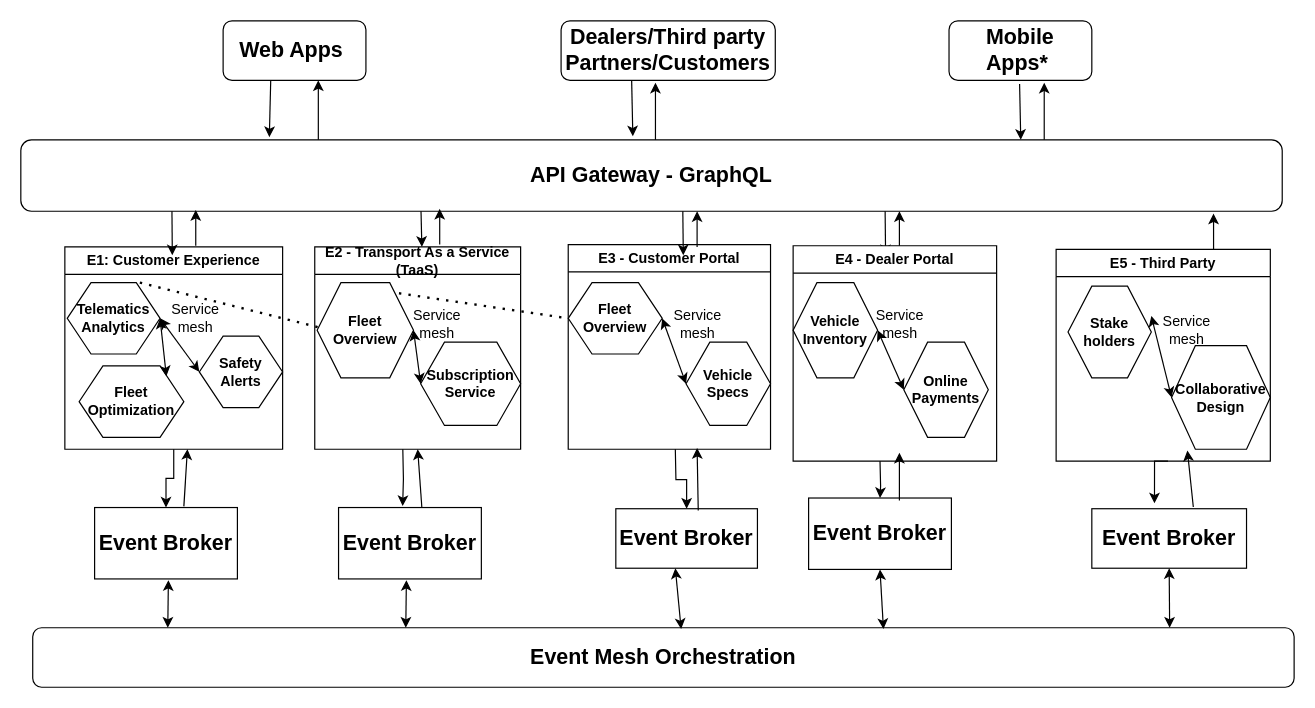
atheeswaran/Dissertation_VehicleAPIPlatform keeps this draw.io diagram as Untitled Diagram.drawio. Above is the earlier version. Source tidied: cells renumbered, new cells numbered last; positions are measured from the earlier drawing's top-left corner, leaving out a move shared by most shapes. Both pictures are drawn from the tidied source at 119%, with x=0, y=0 at pixel (20, 20).
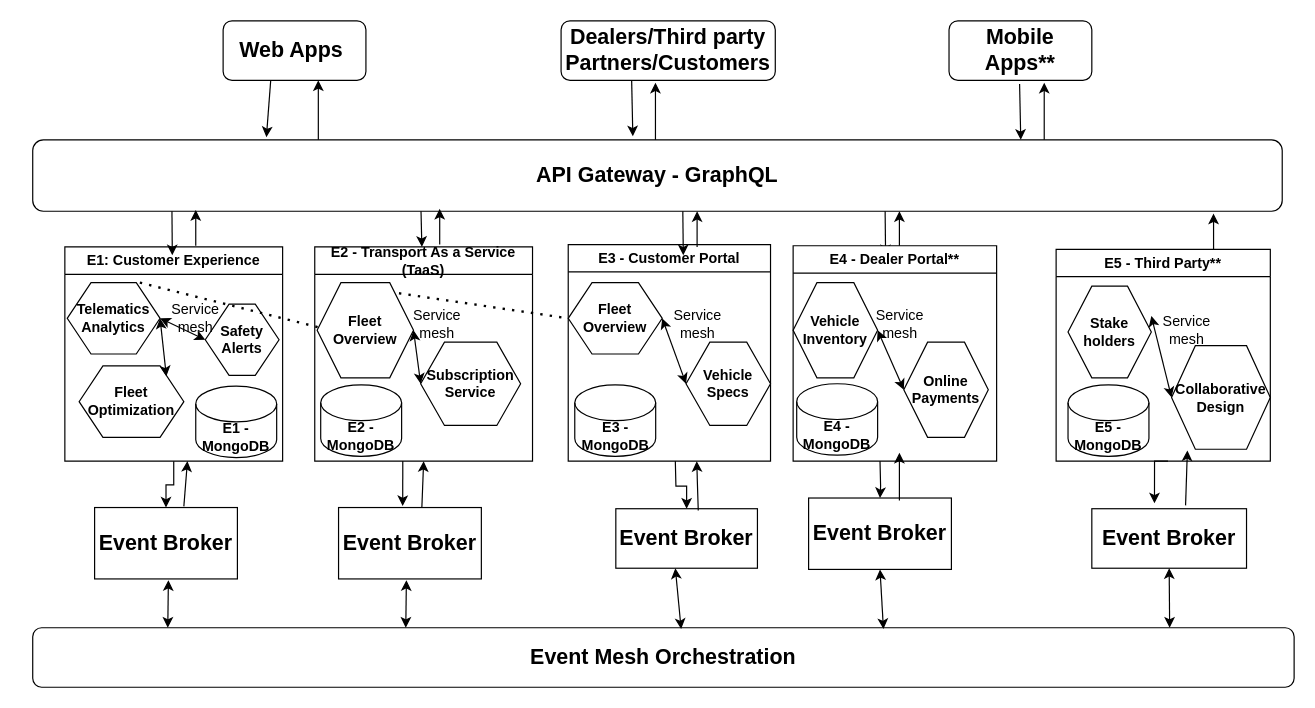
Above is the later version.

The change refers to these unchanged cells:
```xml
<mxCell id="23" value="&lt;b&gt;&lt;font style=&quot;font-size: 18px;&quot;&gt;Event Broker&lt;/font&gt;&lt;/b&gt;" style="rounded=0;whiteSpace=wrap;html=1;" parent="1" vertex="1">
  <mxGeometry x="267" y="409" width="120" height="60" as="geometry" />
</mxCell>
<mxCell id="24" value="&lt;b&gt;&lt;font style=&quot;font-size: 18px;&quot;&gt;Event Broker&lt;/font&gt;&lt;/b&gt;" style="rounded=0;whiteSpace=wrap;html=1;" parent="1" vertex="1">
  <mxGeometry x="500" y="410" width="119" height="50" as="geometry" />
</mxCell>
<mxCell id="61" value="&lt;b&gt;&lt;font style=&quot;font-size: 18px;&quot;&gt;Event Broker&lt;/font&gt;&lt;/b&gt;" style="rounded=0;whiteSpace=wrap;html=1;" parent="1" vertex="1">
  <mxGeometry x="900" y="410" width="130" height="50" as="geometry" />
</mxCell>
```

The edit, as a diff of the source:
```diff
@@
     <mxCell id="2" value="&lt;b&gt;&lt;font style=&quot;font-size: 18px;&quot;&gt;API Gateway - GraphQL&lt;/font&gt;&lt;/b&gt;" style="rounded=1;whiteSpace=wrap;html=1;" parent="1" vertex="1">
-      <mxGeometry y="100" width="1060" height="60" as="geometry" />
+      <mxGeometry x="10" y="100" width="1050" height="60" as="geometry" />
     </mxCell>
@@
-    <mxCell id="5" value="&lt;b&gt;&lt;font style=&quot;font-size: 18px;&quot;&gt;Mobile Apps*&amp;nbsp;&lt;/font&gt;&lt;/b&gt;" style="rounded=1;whiteSpace=wrap;html=1;" parent="1" vertex="1">
+    <mxCell id="5" value="&lt;b&gt;&lt;font style=&quot;font-size: 18px;&quot;&gt;Mobile Apps**&lt;/font&gt;&lt;/b&gt;" style="rounded=1;whiteSpace=wrap;html=1;" parent="1" vertex="1">
       <mxGeometry x="780" width="120" height="50" as="geometry" />
     </mxCell>
@@
     <mxCell id="7" value="E1: Customer Experience" style="swimlane;whiteSpace=wrap;html=1;" parent="1" vertex="1">
-      <mxGeometry x="37" y="190" width="183" height="170" as="geometry" />
+      <mxGeometry x="37" y="190" width="183" height="180" as="geometry" />
     </mxCell>
@@
     <mxCell id="9" value="&lt;b&gt;Safety Alerts&lt;/b&gt;" style="shape=hexagon;perimeter=hexagonPerimeter2;whiteSpace=wrap;html=1;fixedSize=1;" parent="7" vertex="1">
-      <mxGeometry x="113" y="75" width="70" height="60" as="geometry" />
+      <mxGeometry x="118" y="48" width="62" height="60" as="geometry" />
     </mxCell>
@@
+    <mxCell id="71" value="&lt;b&gt;E1 - MongoDB&lt;/b&gt;" style="shape=cylinder3;whiteSpace=wrap;html=1;boundedLbl=1;backgroundOutline=1;size=15;" parent="7" vertex="1">
+      <mxGeometry x="110" y="117" width="68" height="60" as="geometry" />
+    </mxCell>
     <mxCell id="15" style="edgeStyle=orthogonalEdgeStyle;rounded=0;jettySize=auto;html=1;entryX=0.449;entryY=-0.02;entryDx=0;entryDy=0;entryPerimeter=0;" parent="1" edge="1" target="23">
       <mxGeometry relative="1" as="geometry">
-        <mxPoint x="321" y="360" as="sourcePoint" />
+        <mxPoint x="321" y="370" as="sourcePoint" />
       </mxGeometry>
     </mxCell>
     <mxCell id="16" value="E2 - Transport As a Service (TaaS)" style="swimlane;whiteSpace=wrap;html=1;" parent="1" vertex="1">
-      <mxGeometry x="247" y="190" width="173" height="170" as="geometry" />
+      <mxGeometry x="247" y="190" width="183" height="180" as="geometry" />
     </mxCell>
@@
+    <mxCell id="72" value="&lt;b&gt;E2 - MongoDB&lt;/b&gt;" style="shape=cylinder3;whiteSpace=wrap;html=1;boundedLbl=1;backgroundOutline=1;size=15;" parent="16" vertex="1">
+      <mxGeometry x="5" y="116" width="68" height="60" as="geometry" />
+    </mxCell>
     <mxCell id="19" style="edgeStyle=orthogonalEdgeStyle;rounded=0;jettySize=auto;html=1;" parent="1" edge="1" target="24">
       <mxGeometry relative="1" as="geometry">
-        <mxPoint x="550" y="360" as="sourcePoint" />
+        <mxPoint x="550" y="370" as="sourcePoint" />
       </mxGeometry>
     </mxCell>
     <mxCell id="20" value="E3 - Customer Portal" style="swimlane;whiteSpace=wrap;html=1;" parent="1" vertex="1">
-      <mxGeometry x="460" y="188" width="170" height="172" as="geometry" />
+      <mxGeometry x="460" y="188" width="170" height="182" as="geometry" />
     </mxCell>
+    <mxCell id="73" value="&lt;b&gt;E3 - MongoDB&lt;/b&gt;" style="shape=cylinder3;whiteSpace=wrap;html=1;boundedLbl=1;backgroundOutline=1;size=15;" parent="20" vertex="1">
+      <mxGeometry x="5.5" y="118" width="68" height="60" as="geometry" />
+    </mxCell>
@@
-    <mxCell id="25" style="endArrow=classic;html=1;rounded=0;entryX=0.197;entryY=-0.037;entryDx=0;entryDy=0;entryPerimeter=0;" parent="1" edge="1" target="2">
+    <mxCell id="25" style="endArrow=classic;html=1;rounded=0;entryX=0.187;entryY=-0.037;entryDx=0;entryDy=0;entryPerimeter=0;" parent="1" edge="1" target="2">
       <mxGeometry relative="1" as="geometry">
         <mxPoint x="210" y="50" as="sourcePoint" />
       </mxGeometry>
     </mxCell>
@@
     <mxCell id="46" style="endArrow=classic;html=1;rounded=0;" parent="1" edge="1">
       <mxGeometry relative="1" as="geometry">
         <mxPoint x="137" y="408" as="sourcePoint" />
-        <mxPoint x="140" y="360" as="targetPoint" />
+        <mxPoint x="140" y="370" as="targetPoint" />
       </mxGeometry>
     </mxCell>
@@
     <mxCell id="48" style="endArrow=classic;html=1;rounded=0;exitX=0.582;exitY=0.031;exitDx=0;exitDy=0;exitPerimeter=0;" parent="1" edge="1" source="24">
       <mxGeometry relative="1" as="geometry">
-        <mxPoint x="568.3" y="359" as="targetPoint" />
+        <mxPoint x="568" y="370" as="targetPoint" />
       </mxGeometry>
     </mxCell>
@@
-    <mxCell id="59" value="E4 - Dealer Portal" style="swimlane;whiteSpace=wrap;html=1;" parent="1" vertex="1">
+    <mxCell id="59" value="E4 - Dealer Portal**" style="swimlane;whiteSpace=wrap;html=1;" parent="1" vertex="1">
       <mxGeometry x="649" y="189" width="171" height="181" as="geometry" />
     </mxCell>
+    <mxCell id="74" value="&lt;b&gt;E4 - MongoDB&lt;/b&gt;" style="shape=cylinder3;whiteSpace=wrap;html=1;boundedLbl=1;backgroundOutline=1;size=15;" parent="59" vertex="1">
+      <mxGeometry x="3" y="116" width="68" height="60" as="geometry" />
+    </mxCell>
@@
-    <mxCell id="65" style="endArrow=classic;html=1;rounded=0;exitX=0.656;exitY=-0.029;exitDx=0;exitDy=0;exitPerimeter=0;" parent="1" edge="1" source="61">
+    <mxCell id="65" style="endArrow=classic;html=1;rounded=0;exitX=0.606;exitY=-0.056;exitDx=0;exitDy=0;exitPerimeter=0;" parent="1" edge="1" source="61">
       <mxGeometry relative="1" as="geometry">
         <mxPoint x="980.3" y="361" as="targetPoint" />
       </mxGeometry>
     </mxCell>
-    <mxCell id="66" value="E5 - Third Party" style="swimlane;whiteSpace=wrap;html=1;" parent="1" vertex="1">
+    <mxCell id="66" value="E5 - Third Party**" style="swimlane;whiteSpace=wrap;html=1;" parent="1" vertex="1">
       <mxGeometry x="870" y="192" width="180" height="178" as="geometry" />
     </mxCell>
@@
+    <mxCell id="75" value="&lt;b&gt;E5 - MongoDB&lt;/b&gt;" style="shape=cylinder3;whiteSpace=wrap;html=1;boundedLbl=1;backgroundOutline=1;size=15;" parent="66" vertex="1">
+      <mxGeometry x="10" y="114" width="68" height="60" as="geometry" />
+    </mxCell>
```
